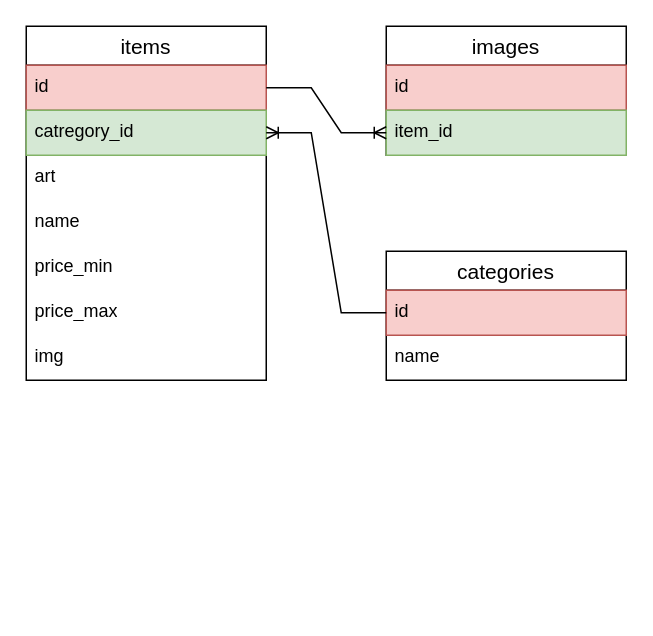
The draw.io diagram Диаграмма без названия.drawio in nutsea/buildings-db, before the edit. Source tidied: cells renumbered, new cells numbered last; positions are measured from the earlier drawing's top-left corner, leaving out a move shared by most shapes. Both pictures are drawn from the tidied source at 150%, with x=0, y=0 at pixel (26, 26).
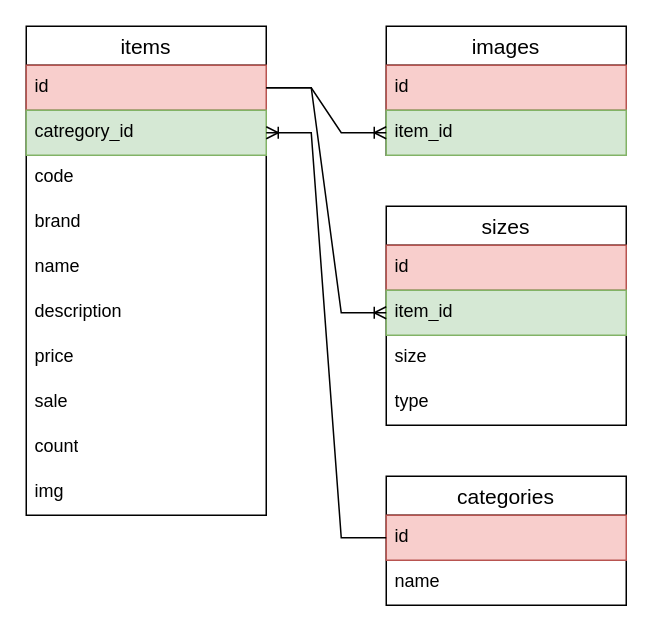
The same page after the edit.

Unchanged cells that the change refers to:
```xml
<mxCell id="9" value="id" style="text;strokeColor=#b85450;fillColor=#f8cecc;spacingLeft=4;spacingRight=4;overflow=hidden;points=[[0,0.5],[1,0.5]];portConstraint=eastwest;fontSize=12;whiteSpace=wrap;html=1;" parent="8" vertex="1">
  <mxGeometry y="26" width="160" height="30" as="geometry" />
</mxCell>
```

What changed in the source:
```diff
@@
     <mxCell id="5" value="categories" style="swimlane;fontStyle=0;horizontal=1;startSize=26;align=center;fontSize=14;" parent="1" vertex="1">
-      <mxGeometry x="240" y="150" width="160" height="86" as="geometry" />
+      <mxGeometry x="240" y="300" width="160" height="86" as="geometry" />
     </mxCell>
@@
     <mxCell id="8" value="items" style="swimlane;fontStyle=0;horizontal=1;startSize=26;align=center;fontSize=14;" parent="1" vertex="1">
-      <mxGeometry width="160" height="236" as="geometry" />
+      <mxGeometry width="160" height="326" as="geometry" />
     </mxCell>
@@
-    <mxCell id="11" value="art" style="text;strokeColor=none;fillColor=none;spacingLeft=4;spacingRight=4;overflow=hidden;fontSize=12;whiteSpace=wrap;html=1;" parent="8" vertex="1">
+    <mxCell id="11" value="code" style="text;strokeColor=none;fillColor=none;spacingLeft=4;spacingRight=4;overflow=hidden;fontSize=12;whiteSpace=wrap;html=1;" parent="8" vertex="1">
       <mxGeometry y="86" width="160" height="30" as="geometry" />
     </mxCell>
+    <mxCell id="18" value="brand" style="text;strokeColor=none;fillColor=none;spacingLeft=4;spacingRight=4;overflow=hidden;fontSize=12;whiteSpace=wrap;html=1;" parent="8" vertex="1">
+      <mxGeometry y="116" width="160" height="30" as="geometry" />
+    </mxCell>
     <mxCell id="12" value="name" style="text;strokeColor=none;fillColor=none;spacingLeft=4;spacingRight=4;overflow=hidden;fontSize=12;whiteSpace=wrap;html=1;" parent="8" vertex="1">
-      <mxGeometry y="116" width="160" height="30" as="geometry" />
+      <mxGeometry y="146" width="160" height="30" as="geometry" />
     </mxCell>
+    <mxCell id="19" value="description" style="text;strokeColor=none;fillColor=none;spacingLeft=4;spacingRight=4;overflow=hidden;fontSize=12;whiteSpace=wrap;html=1;" parent="8" vertex="1">
+      <mxGeometry y="176" width="160" height="30" as="geometry" />
+    </mxCell>
-    <mxCell id="13" value="price_min" style="text;strokeColor=none;fillColor=none;spacingLeft=4;spacingRight=4;overflow=hidden;fontSize=12;whiteSpace=wrap;html=1;" parent="8" vertex="1">
-      <mxGeometry y="146" width="160" height="30" as="geometry" />
+    <mxCell id="13" value="price" style="text;strokeColor=none;fillColor=none;spacingLeft=4;spacingRight=4;overflow=hidden;fontSize=12;whiteSpace=wrap;html=1;" parent="8" vertex="1">
+      <mxGeometry y="206" width="160" height="30" as="geometry" />
     </mxCell>
-    <mxCell id="14" value="price_max" style="text;strokeColor=none;fillColor=none;spacingLeft=4;spacingRight=4;overflow=hidden;fontSize=12;whiteSpace=wrap;html=1;" parent="8" vertex="1">
-      <mxGeometry y="176" width="160" height="30" as="geometry" />
+    <mxCell id="14" value="sale" style="text;strokeColor=none;fillColor=none;spacingLeft=4;spacingRight=4;overflow=hidden;fontSize=12;whiteSpace=wrap;html=1;" parent="8" vertex="1">
+      <mxGeometry y="236" width="160" height="30" as="geometry" />
     </mxCell>
-    <mxCell id="15" value="img" style="text;strokeColor=none;fillColor=none;spacingLeft=4;spacingRight=4;overflow=hidden;fontSize=12;whiteSpace=wrap;html=1;" parent="8" vertex="1">
-      <mxGeometry y="206" width="160" height="30" as="geometry" />
+    <mxCell id="15" value="count" style="text;strokeColor=none;fillColor=none;spacingLeft=4;spacingRight=4;overflow=hidden;fontSize=12;whiteSpace=wrap;html=1;" parent="8" vertex="1">
+      <mxGeometry y="266" width="160" height="30" as="geometry" />
     </mxCell>
+    <mxCell id="20" value="img" style="text;strokeColor=none;fillColor=none;spacingLeft=4;spacingRight=4;overflow=hidden;fontSize=12;whiteSpace=wrap;html=1;" parent="8" vertex="1">
+      <mxGeometry y="296" width="160" height="30" as="geometry" />
+    </mxCell>
@@
+    <mxCell id="21" value="sizes" style="swimlane;fontStyle=0;horizontal=1;startSize=26;align=center;fontSize=14;" parent="1" vertex="1">
+      <mxGeometry x="240" y="120" width="160" height="146" as="geometry" />
+    </mxCell>
+    <mxCell id="22" value="id" style="text;strokeColor=#b85450;fillColor=#f8cecc;spacingLeft=4;spacingRight=4;overflow=hidden;fontSize=12;whiteSpace=wrap;html=1;" parent="21" vertex="1">
+      <mxGeometry y="26" width="160" height="30" as="geometry" />
+    </mxCell>
+    <mxCell id="23" value="item_id" style="text;strokeColor=#82b366;fillColor=#d5e8d4;spacingLeft=4;spacingRight=4;overflow=hidden;points=[[0,0.5],[1,0.5]];portConstraint=eastwest;fontSize=12;whiteSpace=wrap;html=1;" parent="21" vertex="1">
+      <mxGeometry y="56" width="160" height="30" as="geometry" />
+    </mxCell>
+    <mxCell id="24" value="size" style="text;strokeColor=none;fillColor=none;spacingLeft=4;spacingRight=4;overflow=hidden;fontSize=12;whiteSpace=wrap;html=1;" parent="21" vertex="1">
+      <mxGeometry y="86" width="160" height="30" as="geometry" />
+    </mxCell>
+    <mxCell id="25" value="type" style="text;strokeColor=none;fillColor=none;spacingLeft=4;spacingRight=4;overflow=hidden;fontSize=12;whiteSpace=wrap;html=1;" parent="21" vertex="1">
+      <mxGeometry y="116" width="160" height="30" as="geometry" />
+    </mxCell>
+    <mxCell id="26" style="edgeStyle=entityRelationEdgeStyle;fontSize=12;html=1;endArrow=ERoneToMany;rounded=0;exitX=1;exitY=0.5;exitDx=0;exitDy=0;entryX=0;entryY=0.5;entryDx=0;entryDy=0;" parent="1" edge="1" source="9" target="23">
+      <mxGeometry relative="1" as="geometry" />
+    </mxCell>
```
